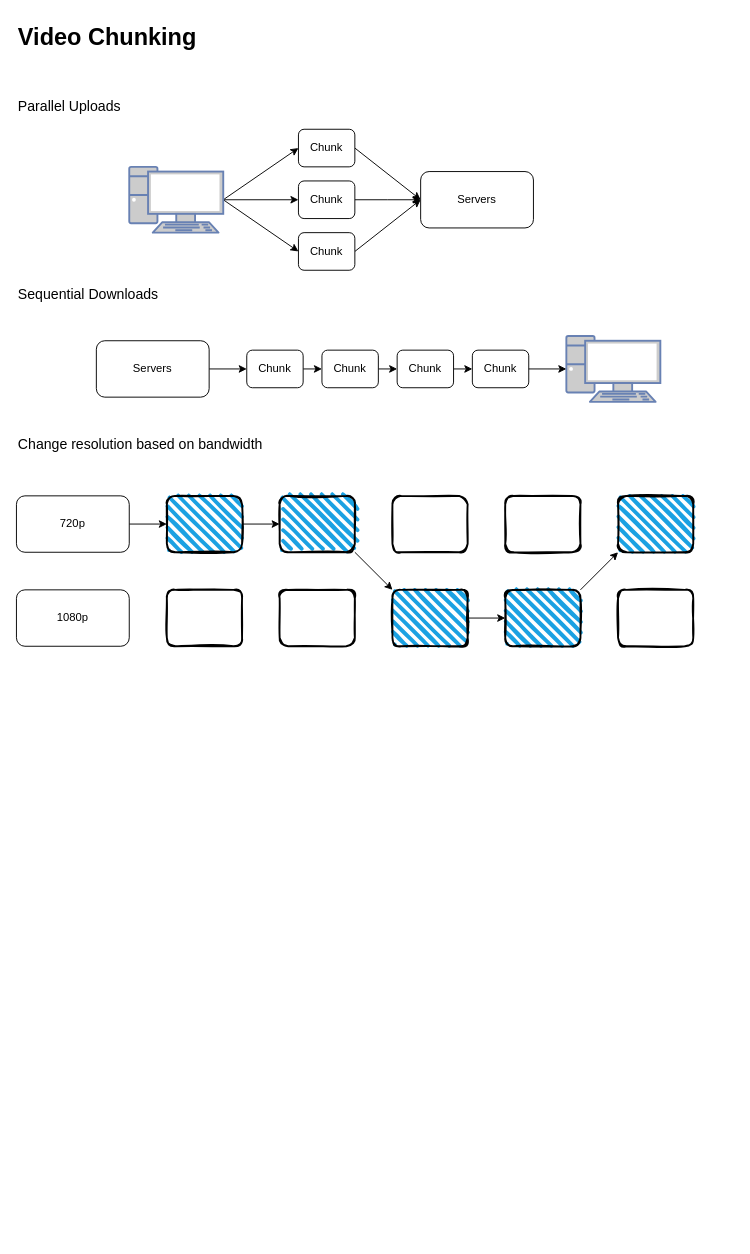
krohitk17/System-Design keeps this draw.io diagram as High Level/Video Streaming Platform.drawio. Above is the earlier version. Source tidied: cells renumbered, new cells numbered last; positions are measured from the earlier drawing's top-left corner, leaving out a move shared by most shapes. Both pictures are drawn from the tidied source at 94%, with x=0, y=0 at pixel (16, 16).
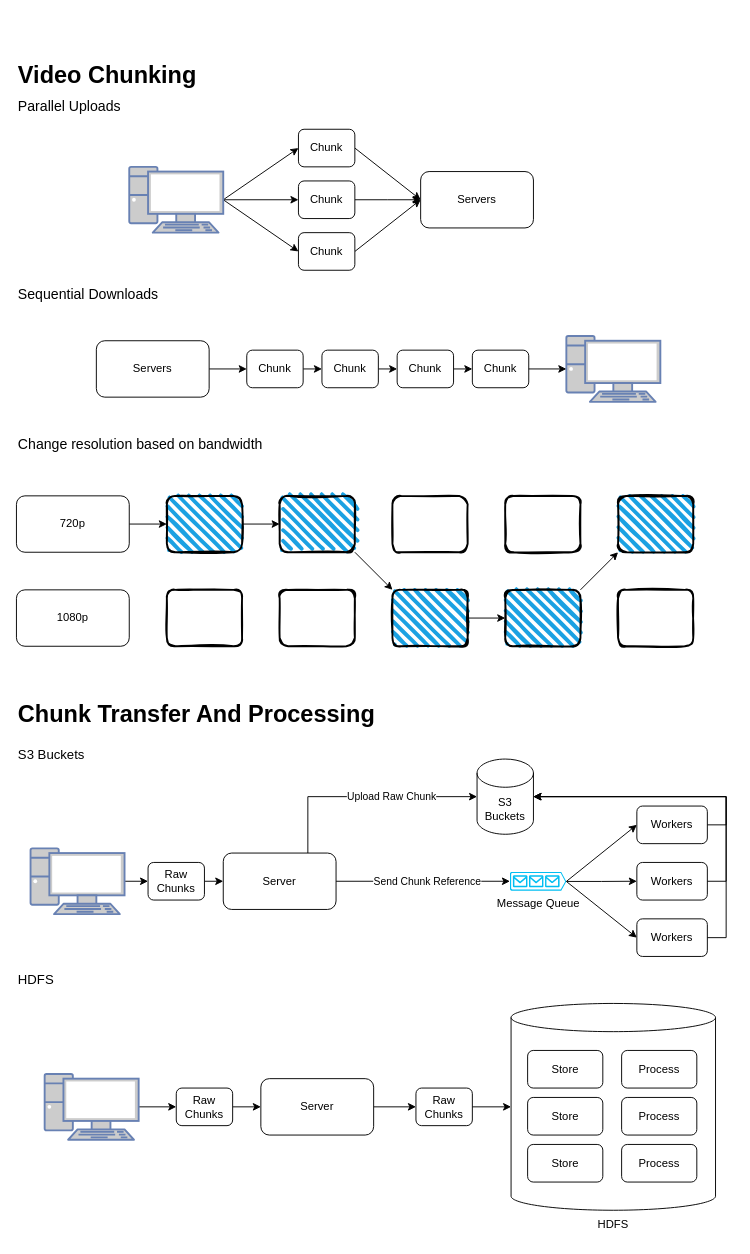
Above is the later version.

What changed in the source:
```diff
@@
     <mxCell id="2" value="&lt;font style=&quot;font-size: 25px;&quot;&gt;&lt;b&gt;Video Chunking&lt;/b&gt;&lt;/font&gt;" style="text;html=1;whiteSpace=wrap;strokeColor=none;fillColor=none;align=left;verticalAlign=top;rounded=0;" parent="1" vertex="1">
-      <mxGeometry width="200" height="40" as="geometry" />
+      <mxGeometry y="40" width="200" height="40" as="geometry" />
     </mxCell>
@@
+    <mxCell id="45" value="Chunk Transfer And Processing" style="text;whiteSpace=wrap;html=1;fontSize=25;fontStyle=1;" parent="1" vertex="1">
+      <mxGeometry y="720" width="410" height="40" as="geometry" />
+    </mxCell>
+    <mxCell id="46" style="edgeStyle=orthogonalEdgeStyle;rounded=0;jettySize=auto;html=1;exitX=1;exitY=0.5;exitDx=0;exitDy=0;exitPerimeter=0;entryX=0;entryY=0.5;entryDx=0;entryDy=0;" parent="1" edge="1" source="47" target="60">
+      <mxGeometry relative="1" as="geometry" />
+    </mxCell>
+    <mxCell id="47" style="fontColor=#0066CC;verticalAlign=top;verticalLabelPosition=bottom;labelPosition=center;align=center;html=1;outlineConnect=0;fillColor=#CCCCCC;strokeColor=#6881B3;gradientColor=none;gradientDirection=north;strokeWidth=2;shape=mxgraph.networks.pc;" parent="1" vertex="1">
+      <mxGeometry x="15" y="885" width="100" height="70" as="geometry" />
+    </mxCell>
+    <mxCell id="48" value="S3 Buckets" style="shape=cylinder3;whiteSpace=wrap;html=1;boundedLbl=1;backgroundOutline=1;size=15;" parent="1" vertex="1">
+      <mxGeometry x="490" y="790" width="60" height="80" as="geometry" />
+    </mxCell>
+    <mxCell id="49" style="rounded=0;jettySize=auto;html=1;exitX=1;exitY=0.51;exitDx=0;exitDy=0;exitPerimeter=0;entryX=0;entryY=0.5;entryDx=0;entryDy=0;" parent="1" edge="1" source="52" target="55">
+      <mxGeometry relative="1" as="geometry" />
+    </mxCell>
+    <mxCell id="50" style="edgeStyle=orthogonalEdgeStyle;rounded=0;jettySize=auto;html=1;exitX=1;exitY=0.51;exitDx=0;exitDy=0;exitPerimeter=0;entryX=0;entryY=0.5;entryDx=0;entryDy=0;" parent="1" edge="1" source="52" target="56">
+      <mxGeometry relative="1" as="geometry" />
+    </mxCell>
+    <mxCell id="51" style="rounded=0;jettySize=auto;html=1;exitX=1;exitY=0.51;exitDx=0;exitDy=0;exitPerimeter=0;entryX=0;entryY=0.5;entryDx=0;entryDy=0;" parent="1" edge="1" source="52" target="57">
+      <mxGeometry relative="1" as="geometry" />
+    </mxCell>
+    <mxCell id="52" value="Message Queue" style="verticalLabelPosition=bottom;html=1;verticalAlign=top;align=center;strokeColor=none;fillColor=#00BEF2;shape=mxgraph.azure.queue_generic;" parent="1" vertex="1">
+      <mxGeometry x="525" y="910" width="60" height="20" as="geometry" />
+    </mxCell>
+    <mxCell id="53" style="edgeStyle=orthogonalEdgeStyle;rounded=0;jettySize=auto;html=1;exitX=1;exitY=0.5;exitDx=0;exitDy=0;entryX=0;entryY=0.5;entryDx=0;entryDy=0;entryPerimeter=0;" parent="1" edge="1" source="58" target="52">
+      <mxGeometry relative="1" as="geometry" />
+    </mxCell>
+    <mxCell id="54" value="Send Chunk Reference" style="edgeLabel;html=1;align=center;verticalAlign=middle;" parent="53" vertex="1">
+      <mxGeometry x="0.04" relative="1" as="geometry" />
+    </mxCell>
+    <mxCell id="55" value="Workers" style="rounded=1;whiteSpace=wrap;html=1;" parent="1" vertex="1">
+      <mxGeometry x="660" y="840" width="75" height="40" as="geometry" />
+    </mxCell>
+    <mxCell id="56" value="Workers" style="rounded=1;whiteSpace=wrap;html=1;" parent="1" vertex="1">
+      <mxGeometry x="660" y="900" width="75" height="40" as="geometry" />
+    </mxCell>
+    <mxCell id="57" value="Workers" style="rounded=1;whiteSpace=wrap;html=1;" parent="1" vertex="1">
+      <mxGeometry x="660" y="960" width="75" height="40" as="geometry" />
+    </mxCell>
+    <mxCell id="58" value="Server" style="rounded=1;whiteSpace=wrap;html=1;" parent="1" vertex="1">
+      <mxGeometry x="220" y="890" width="120" height="60" as="geometry" />
+    </mxCell>
+    <mxCell id="59" style="edgeStyle=orthogonalEdgeStyle;rounded=0;jettySize=auto;html=1;exitX=1;exitY=0.5;exitDx=0;exitDy=0;entryX=0;entryY=0.5;entryDx=0;entryDy=0;" parent="1" edge="1" source="60" target="58">
+      <mxGeometry relative="1" as="geometry" />
+    </mxCell>
+    <mxCell id="60" value="Raw Chunks" style="rounded=1;whiteSpace=wrap;html=1;" parent="1" vertex="1">
+      <mxGeometry x="140" y="900" width="60" height="40" as="geometry" />
+    </mxCell>
+    <mxCell id="61" value="HDFS" style="text;html=1;whiteSpace=wrap;strokeColor=none;fillColor=none;align=left;verticalAlign=top;rounded=0;fontSize=14;fontStyle=0;" parent="1" vertex="1">
+      <mxGeometry y="1010" width="160" height="30" as="geometry" />
+    </mxCell>
+    <mxCell id="62" style="shape=cylinder3;whiteSpace=wrap;html=1;boundedLbl=1;backgroundOutline=1;size=15;" parent="1" vertex="1">
+      <mxGeometry x="526.2" y="1050" width="217.5" height="220" as="geometry" />
+    </mxCell>
+    <mxCell id="63" style="edgeStyle=orthogonalEdgeStyle;rounded=0;jettySize=auto;html=1;exitX=1;exitY=0.5;exitDx=0;exitDy=0;exitPerimeter=0;entryX=0;entryY=0.5;entryDx=0;entryDy=0;" parent="1" edge="1" source="64" target="68">
+      <mxGeometry relative="1" as="geometry" />
+    </mxCell>
+    <mxCell id="64" style="fontColor=#0066CC;verticalAlign=top;verticalLabelPosition=bottom;labelPosition=center;align=center;html=1;outlineConnect=0;fillColor=#CCCCCC;strokeColor=#6881B3;gradientColor=none;gradientDirection=north;strokeWidth=2;shape=mxgraph.networks.pc;" parent="1" vertex="1">
+      <mxGeometry x="30" y="1125" width="100" height="70" as="geometry" />
+    </mxCell>
+    <mxCell id="65" style="edgeStyle=orthogonalEdgeStyle;rounded=0;jettySize=auto;html=1;exitX=1;exitY=0.5;exitDx=0;exitDy=0;entryX=0;entryY=0.5;entryDx=0;entryDy=0;" parent="1" edge="1" source="66" target="75">
+      <mxGeometry relative="1" as="geometry" />
+    </mxCell>
+    <mxCell id="66" value="Server" style="rounded=1;whiteSpace=wrap;html=1;" parent="1" vertex="1">
+      <mxGeometry x="260" y="1130" width="120" height="60" as="geometry" />
+    </mxCell>
+    <mxCell id="67" style="edgeStyle=orthogonalEdgeStyle;rounded=0;jettySize=auto;html=1;exitX=1;exitY=0.5;exitDx=0;exitDy=0;entryX=0;entryY=0.5;entryDx=0;entryDy=0;" parent="1" edge="1" source="68" target="66">
+      <mxGeometry relative="1" as="geometry" />
+    </mxCell>
+    <mxCell id="68" value="Raw Chunks" style="rounded=1;whiteSpace=wrap;html=1;" parent="1" vertex="1">
+      <mxGeometry x="170" y="1140" width="60" height="40" as="geometry" />
+    </mxCell>
+    <mxCell id="69" value="Store" style="rounded=1;whiteSpace=wrap;html=1;" parent="1" vertex="1">
+      <mxGeometry x="543.8" y="1100" width="80" height="40" as="geometry" />
+    </mxCell>
+    <mxCell id="70" value="Store" style="rounded=1;whiteSpace=wrap;html=1;" parent="1" vertex="1">
+      <mxGeometry x="543.8" y="1150" width="80" height="40" as="geometry" />
+    </mxCell>
+    <mxCell id="71" value="Store" style="rounded=1;whiteSpace=wrap;html=1;" parent="1" vertex="1">
+      <mxGeometry x="543.8" y="1200" width="80" height="40" as="geometry" />
+    </mxCell>
+    <mxCell id="72" value="Process" style="rounded=1;whiteSpace=wrap;html=1;" parent="1" vertex="1">
+      <mxGeometry x="643.8" y="1100" width="80" height="40" as="geometry" />
+    </mxCell>
+    <mxCell id="73" value="Process" style="rounded=1;whiteSpace=wrap;html=1;" parent="1" vertex="1">
+      <mxGeometry x="643.8" y="1200" width="80" height="40" as="geometry" />
+    </mxCell>
+    <mxCell id="74" value="Process" style="rounded=1;whiteSpace=wrap;html=1;" parent="1" vertex="1">
+      <mxGeometry x="643.8" y="1150" width="80" height="40" as="geometry" />
+    </mxCell>
+    <mxCell id="75" value="Raw Chunks" style="rounded=1;whiteSpace=wrap;html=1;" parent="1" vertex="1">
+      <mxGeometry x="425" y="1140" width="60" height="40" as="geometry" />
+    </mxCell>
+    <mxCell id="76" style="edgeStyle=orthogonalEdgeStyle;rounded=0;jettySize=auto;html=1;exitX=1;exitY=0.5;exitDx=0;exitDy=0;entryX=0;entryY=0.5;entryDx=0;entryDy=0;entryPerimeter=0;" parent="1" edge="1" source="75" target="62">
+      <mxGeometry relative="1" as="geometry" />
+    </mxCell>
+    <mxCell id="77" value="S3 Buckets" style="text;html=1;whiteSpace=wrap;strokeColor=none;fillColor=none;align=left;verticalAlign=top;rounded=0;fontSize=14;fontStyle=0;" parent="1" vertex="1">
+      <mxGeometry y="770" width="160" height="30" as="geometry" />
+    </mxCell>
+    <mxCell id="78" style="edgeStyle=orthogonalEdgeStyle;rounded=0;jettySize=auto;html=1;exitX=0.75;exitY=0;exitDx=0;exitDy=0;entryX=0;entryY=0.5;entryDx=0;entryDy=0;entryPerimeter=0;" parent="1" edge="1" source="58" target="48">
+      <mxGeometry relative="1" as="geometry" />
+    </mxCell>
+    <mxCell id="79" value="Upload Raw Chunk" style="edgeLabel;html=1;align=center;verticalAlign=middle;" parent="78" vertex="1">
+      <mxGeometry x="0.23" y="1" relative="1" as="geometry" />
+    </mxCell>
+    <mxCell id="80" style="edgeStyle=orthogonalEdgeStyle;rounded=0;jettySize=auto;html=1;exitX=1;exitY=0.5;exitDx=0;exitDy=0;entryX=1;entryY=0.5;entryDx=0;entryDy=0;entryPerimeter=0;" parent="1" edge="1" source="57" target="48">
+      <mxGeometry relative="1" as="geometry" />
+    </mxCell>
+    <mxCell id="81" style="edgeStyle=orthogonalEdgeStyle;rounded=0;jettySize=auto;html=1;exitX=1;exitY=0.5;exitDx=0;exitDy=0;entryX=1;entryY=0.5;entryDx=0;entryDy=0;entryPerimeter=0;" parent="1" edge="1" source="56" target="48">
+      <mxGeometry relative="1" as="geometry" />
+    </mxCell>
+    <mxCell id="82" style="edgeStyle=orthogonalEdgeStyle;rounded=0;jettySize=auto;html=1;exitX=1;exitY=0.5;exitDx=0;exitDy=0;entryX=1;entryY=0.5;entryDx=0;entryDy=0;entryPerimeter=0;" parent="1" edge="1" source="55" target="48">
+      <mxGeometry relative="1" as="geometry">
+        <Array as="points">
+          <mxPoint x="755" y="860" />
+          <mxPoint x="755" y="830" />
+        </Array>
+      </mxGeometry>
+    </mxCell>
+    <mxCell id="83" value="HDFS" style="text;html=1;whiteSpace=wrap;strokeColor=none;fillColor=none;align=center;verticalAlign=middle;rounded=0;" parent="1" vertex="1">
+      <mxGeometry x="605" y="1270" width="60" height="30" as="geometry" />
+    </mxCell>
```
